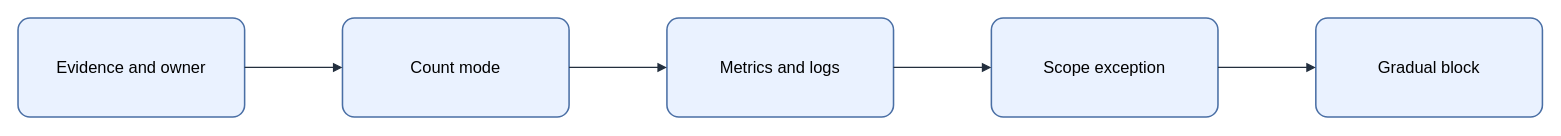
Above: assets/img/aws/waf-rule-rollout-flow.drawio in KKamJi98/kkamji98.github.io (draw.io), before the change. Source tidied: cells renumbered, new cells numbered last; positions are measured from the earlier drawing's top-left corner, leaving out a move shared by most shapes. Both pictures are drawn from the tidied source at 103%, with x=0, y=0 at pixel (18, 18).
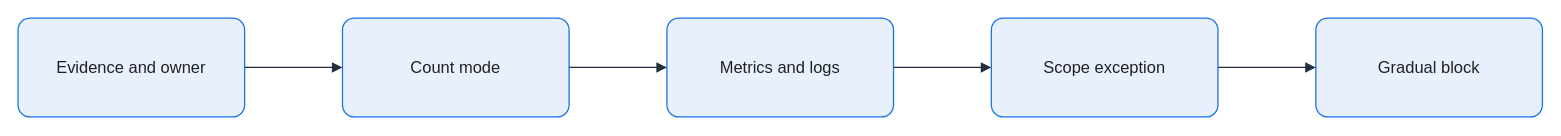
After the change.

Change to the diagram source:
```diff
@@
 <mxGraphModel background="#FFFFFF">
   <root>
     <mxCell id="0" />
     <mxCell id="1" parent="0" />
-    <mxCell id="2" value="Evidence and owner" style="rounded=1;arcSize=12;whiteSpace=wrap;html=0;fillColor=#EAF2FF;strokeColor=#4A6FA5;strokeWidth=1.5;fontColor=#000000;fontSize=16;align=center;verticalAlign=middle;spacing=8;shadow=0;" parent="1" vertex="1">
+    <mxCell id="2" value="Evidence and owner" style="rounded=1;arcSize=12;whiteSpace=wrap;html=0;fillColor=#E8F0FE;strokeColor=#1A73E8;strokeWidth=1.25;fontColor=#202124;fontSize=16;align=center;verticalAlign=middle;spacing=8;shadow=0;" parent="1" vertex="1">
       <mxGeometry width="220" height="96" as="geometry" />
     </mxCell>
-    <mxCell id="3" value="Count mode" style="rounded=1;arcSize=12;whiteSpace=wrap;html=0;fillColor=#EAF2FF;strokeColor=#4A6FA5;strokeWidth=1.5;fontColor=#000000;fontSize=16;align=center;verticalAlign=middle;spacing=8;shadow=0;" parent="1" vertex="1">
+    <mxCell id="3" value="Count mode" style="rounded=1;arcSize=12;whiteSpace=wrap;html=0;fillColor=#E8F0FE;strokeColor=#1A73E8;strokeWidth=1.25;fontColor=#202124;fontSize=16;align=center;verticalAlign=middle;spacing=8;shadow=0;" parent="1" vertex="1">
       <mxGeometry x="315" width="220" height="96" as="geometry" />
     </mxCell>
-    <mxCell id="4" value="Metrics and logs" style="rounded=1;arcSize=12;whiteSpace=wrap;html=0;fillColor=#EAF2FF;strokeColor=#4A6FA5;strokeWidth=1.5;fontColor=#000000;fontSize=16;align=center;verticalAlign=middle;spacing=8;shadow=0;" parent="1" vertex="1">
+    <mxCell id="4" value="Metrics and logs" style="rounded=1;arcSize=12;whiteSpace=wrap;html=0;fillColor=#E8F0FE;strokeColor=#1A73E8;strokeWidth=1.25;fontColor=#202124;fontSize=16;align=center;verticalAlign=middle;spacing=8;shadow=0;" parent="1" vertex="1">
       <mxGeometry x="630" width="220" height="96" as="geometry" />
     </mxCell>
-    <mxCell id="5" value="Scope exception" style="rounded=1;arcSize=12;whiteSpace=wrap;html=0;fillColor=#EAF2FF;strokeColor=#4A6FA5;strokeWidth=1.5;fontColor=#000000;fontSize=16;align=center;verticalAlign=middle;spacing=8;shadow=0;" parent="1" vertex="1">
+    <mxCell id="5" value="Scope exception" style="rounded=1;arcSize=12;whiteSpace=wrap;html=0;fillColor=#E8F0FE;strokeColor=#1A73E8;strokeWidth=1.25;fontColor=#202124;fontSize=16;align=center;verticalAlign=middle;spacing=8;shadow=0;" parent="1" vertex="1">
       <mxGeometry x="945" width="220" height="96" as="geometry" />
     </mxCell>
-    <mxCell id="6" value="Gradual block" style="rounded=1;arcSize=12;whiteSpace=wrap;html=0;fillColor=#EAF2FF;strokeColor=#4A6FA5;strokeWidth=1.5;fontColor=#000000;fontSize=16;align=center;verticalAlign=middle;spacing=8;shadow=0;" parent="1" vertex="1">
+    <mxCell id="6" value="Gradual block" style="rounded=1;arcSize=12;whiteSpace=wrap;html=0;fillColor=#E8F0FE;strokeColor=#1A73E8;strokeWidth=1.25;fontColor=#202124;fontSize=16;align=center;verticalAlign=middle;spacing=8;shadow=0;" parent="1" vertex="1">
       <mxGeometry x="1260" width="220" height="96" as="geometry" />
     </mxCell>
-    <mxCell id="7" style="edgeStyle=orthogonalEdgeStyle;rounded=0;jettySize=auto;html=0;endArrow=block;endFill=1;strokeColor=#232F3E;strokeWidth=1.25;fontColor=#000000;labelBackgroundColor=none;exitX=1;exitY=0.5;exitDx=0;exitDy=0;entryX=0;entryY=0.5;entryDx=0;entryDy=0;" parent="1" edge="1" source="2" target="3">
+    <mxCell id="7" style="edgeStyle=orthogonalEdgeStyle;rounded=0;jettySize=auto;html=0;endArrow=block;endFill=1;strokeColor=#232F3E;strokeWidth=1.25;fontColor=#202124;labelBackgroundColor=none;exitX=1;exitY=0.5;exitDx=0;exitDy=0;entryX=0;entryY=0.5;entryDx=0;entryDy=0;endSize=7;" parent="1" edge="1" source="2" target="3">
       <mxGeometry relative="1" as="geometry" />
     </mxCell>
-    <mxCell id="8" style="edgeStyle=orthogonalEdgeStyle;rounded=0;jettySize=auto;html=0;endArrow=block;endFill=1;strokeColor=#232F3E;strokeWidth=1.25;fontColor=#000000;labelBackgroundColor=none;exitX=1;exitY=0.5;exitDx=0;exitDy=0;entryX=0;entryY=0.5;entryDx=0;entryDy=0;" parent="1" edge="1" source="3" target="4">
+    <mxCell id="8" style="edgeStyle=orthogonalEdgeStyle;rounded=0;jettySize=auto;html=0;endArrow=block;endFill=1;strokeColor=#232F3E;strokeWidth=1.25;fontColor=#202124;labelBackgroundColor=none;exitX=1;exitY=0.5;exitDx=0;exitDy=0;entryX=0;entryY=0.5;entryDx=0;entryDy=0;endSize=7;" parent="1" edge="1" source="3" target="4">
       <mxGeometry relative="1" as="geometry" />
     </mxCell>
-    <mxCell id="9" style="edgeStyle=orthogonalEdgeStyle;rounded=0;jettySize=auto;html=0;endArrow=block;endFill=1;strokeColor=#232F3E;strokeWidth=1.25;fontColor=#000000;labelBackgroundColor=none;exitX=1;exitY=0.5;exitDx=0;exitDy=0;entryX=0;entryY=0.5;entryDx=0;entryDy=0;" parent="1" edge="1" source="4" target="5">
+    <mxCell id="9" style="edgeStyle=orthogonalEdgeStyle;rounded=0;jettySize=auto;html=0;endArrow=block;endFill=1;strokeColor=#232F3E;strokeWidth=1.25;fontColor=#202124;labelBackgroundColor=none;exitX=1;exitY=0.5;exitDx=0;exitDy=0;entryX=0;entryY=0.5;entryDx=0;entryDy=0;endSize=7;" parent="1" edge="1" source="4" target="5">
       <mxGeometry relative="1" as="geometry" />
     </mxCell>
-    <mxCell id="10" style="edgeStyle=orthogonalEdgeStyle;rounded=0;jettySize=auto;html=0;endArrow=block;endFill=1;strokeColor=#232F3E;strokeWidth=1.25;fontColor=#000000;labelBackgroundColor=none;exitX=1;exitY=0.5;exitDx=0;exitDy=0;entryX=0;entryY=0.5;entryDx=0;entryDy=0;" parent="1" edge="1" source="5" target="6">
+    <mxCell id="10" style="edgeStyle=orthogonalEdgeStyle;rounded=0;jettySize=auto;html=0;endArrow=block;endFill=1;strokeColor=#232F3E;strokeWidth=1.25;fontColor=#202124;labelBackgroundColor=none;exitX=1;exitY=0.5;exitDx=0;exitDy=0;entryX=0;entryY=0.5;entryDx=0;entryDy=0;endSize=7;" parent="1" edge="1" source="5" target="6">
       <mxGeometry relative="1" as="geometry" />
     </mxCell>
   </root>
 </mxGraphModel>
```
